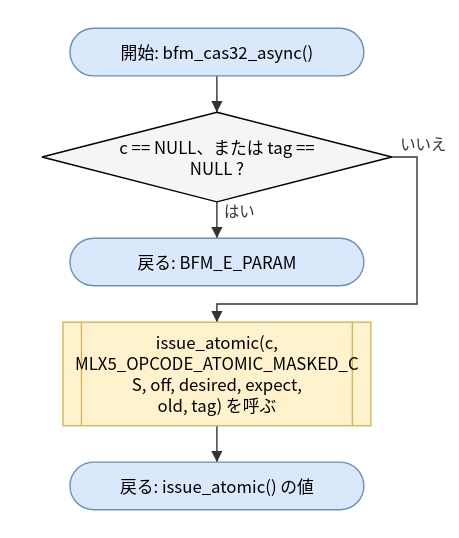
Earlier version of the draw.io export doc/spec/images/flow_src_bfm_async-bfm_cas32_async.drawio.svg (hf355051012-ai/bfmem). Source tidied: cells renumbered, new cells last; positions are measured from the earlier drawing's top-left corner, leaving out a move shared by most shapes. Its diagram source:
```xml
<mxGraphModel>
  <root>
    <mxCell id="0" />
    <mxCell id="1" parent="0" />
    <mxCell id="2" value="開始: bfm_cas32_async()" style="rounded=1;arcSize=50;whiteSpace=wrap;html=1;fillColor=#dae8fc;strokeColor=#6c8ebf;" parent="1" vertex="1">
      <mxGeometry x="20" width="210" height="34" as="geometry" />
    </mxCell>
    <mxCell id="3" value="c == NULL、または tag ==&lt;br&gt;NULL ?" style="rhombus;whiteSpace=wrap;html=1;fillColor=#f5f5f5;" parent="1" vertex="1">
      <mxGeometry y="60" width="250" height="64" as="geometry" />
    </mxCell>
    <mxCell id="4" value="戻る: BFM_E_PARAM" style="rounded=1;arcSize=50;whiteSpace=wrap;html=1;fillColor=#dae8fc;strokeColor=#6c8ebf;" parent="1" vertex="1">
      <mxGeometry x="20" y="150" width="210" height="34" as="geometry" />
    </mxCell>
    <mxCell id="5" value="issue_atomic(c,&lt;br&gt;MLX5_OPCODE_ATOMIC_MASKED_C&lt;br&gt;S, off, desired, expect,&lt;br&gt;old, tag) を呼ぶ" style="shape=process;whiteSpace=wrap;html=1;backgroundOutline=1;size=0.06;fillColor=#fff2cc;strokeColor=#d6b656;" parent="1" vertex="1">
      <mxGeometry x="15" y="210" width="220" height="74" as="geometry" />
    </mxCell>
    <mxCell id="6" value="戻る: issue_atomic() の値" style="rounded=1;arcSize=50;whiteSpace=wrap;html=1;fillColor=#dae8fc;strokeColor=#6c8ebf;" parent="1" vertex="1">
      <mxGeometry x="20" y="310" width="210" height="34" as="geometry" />
    </mxCell>
    <mxCell id="7" style="edgeStyle=none;html=1;rounded=0;endArrow=block;endFill=1;exitX=0.5000;exitY=1.0000;exitDx=0;exitDy=0;exitPerimeter=0;entryX=0.5000;entryY=0.0000;entryDx=0;entryDy=0;entryPerimeter=0;" parent="1" edge="1" source="2" target="3">
      <mxGeometry relative="1" as="geometry" />
    </mxCell>
    <mxCell id="8" value="はい" style="edgeStyle=none;html=1;rounded=0;endArrow=block;endFill=1;exitX=0.5000;exitY=1.0000;exitDx=0;exitDy=0;exitPerimeter=0;entryX=0.5000;entryY=0.0000;entryDx=0;entryDy=0;entryPerimeter=0;" parent="1" edge="1" source="3" target="4">
      <mxGeometry relative="1" as="geometry" />
    </mxCell>
    <mxCell id="9" value="いいえ" style="edgeStyle=none;html=1;rounded=0;endArrow=block;endFill=1;exitX=1.0000;exitY=0.5000;exitDx=0;exitDy=0;exitPerimeter=0;entryX=0.5000;entryY=0.0000;entryDx=0;entryDy=0;entryPerimeter=0;" parent="1" edge="1" source="3" target="5">
      <mxGeometry relative="1" as="geometry">
        <Array as="points">
          <mxPoint x="268" y="92" />
          <mxPoint x="268" y="197" />
          <mxPoint x="125" y="197" />
        </Array>
      </mxGeometry>
    </mxCell>
    <mxCell id="10" style="edgeStyle=none;html=1;rounded=0;endArrow=block;endFill=1;exitX=0.5000;exitY=1.0000;exitDx=0;exitDy=0;exitPerimeter=0;entryX=0.5000;entryY=0.0000;entryDx=0;entryDy=0;entryPerimeter=0;" parent="1" edge="1" source="5" target="6">
      <mxGeometry relative="1" as="geometry" />
    </mxCell>
  </root>
</mxGraphModel>
```
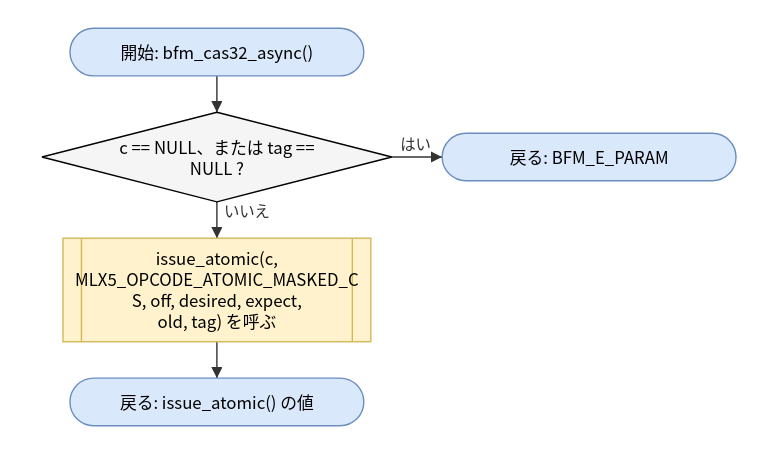
After the commit.

Diff of the diagram source:
```diff
@@ -9,28 +9,22 @@
       <mxGeometry y="60" width="250" height="64" as="geometry" />
     </mxCell>
     <mxCell id="4" value="戻る: BFM_E_PARAM" style="rounded=1;arcSize=50;whiteSpace=wrap;html=1;fillColor=#dae8fc;strokeColor=#6c8ebf;" parent="1" vertex="1">
-      <mxGeometry x="20" y="150" width="210" height="34" as="geometry" />
+      <mxGeometry x="286" y="75" width="210" height="34" as="geometry" />
     </mxCell>
     <mxCell id="5" value="issue_atomic(c,&lt;br&gt;MLX5_OPCODE_ATOMIC_MASKED_C&lt;br&gt;S, off, desired, expect,&lt;br&gt;old, tag) を呼ぶ" style="shape=process;whiteSpace=wrap;html=1;backgroundOutline=1;size=0.06;fillColor=#fff2cc;strokeColor=#d6b656;" parent="1" vertex="1">
-      <mxGeometry x="15" y="210" width="220" height="74" as="geometry" />
+      <mxGeometry x="15" y="150" width="220" height="74" as="geometry" />
     </mxCell>
     <mxCell id="6" value="戻る: issue_atomic() の値" style="rounded=1;arcSize=50;whiteSpace=wrap;html=1;fillColor=#dae8fc;strokeColor=#6c8ebf;" parent="1" vertex="1">
-      <mxGeometry x="20" y="310" width="210" height="34" as="geometry" />
+      <mxGeometry x="20" y="250" width="210" height="34" as="geometry" />
     </mxCell>
     <mxCell id="7" style="edgeStyle=none;html=1;rounded=0;endArrow=block;endFill=1;exitX=0.5000;exitY=1.0000;exitDx=0;exitDy=0;exitPerimeter=0;entryX=0.5000;entryY=0.0000;entryDx=0;entryDy=0;entryPerimeter=0;" parent="1" edge="1" source="2" target="3">
       <mxGeometry relative="1" as="geometry" />
     </mxCell>
-    <mxCell id="8" value="はい" style="edgeStyle=none;html=1;rounded=0;endArrow=block;endFill=1;exitX=0.5000;exitY=1.0000;exitDx=0;exitDy=0;exitPerimeter=0;entryX=0.5000;entryY=0.0000;entryDx=0;entryDy=0;entryPerimeter=0;" parent="1" edge="1" source="3" target="4">
+    <mxCell id="8" value="はい" style="edgeStyle=none;html=1;rounded=0;endArrow=block;endFill=1;exitX=1.0000;exitY=0.5000;exitDx=0;exitDy=0;exitPerimeter=0;entryX=0.0000;entryY=0.5000;entryDx=0;entryDy=0;entryPerimeter=0;" parent="1" edge="1" source="3" target="4">
       <mxGeometry relative="1" as="geometry" />
     </mxCell>
-    <mxCell id="9" value="いいえ" style="edgeStyle=none;html=1;rounded=0;endArrow=block;endFill=1;exitX=1.0000;exitY=0.5000;exitDx=0;exitDy=0;exitPerimeter=0;entryX=0.5000;entryY=0.0000;entryDx=0;entryDy=0;entryPerimeter=0;" parent="1" edge="1" source="3" target="5">
-      <mxGeometry relative="1" as="geometry">
-        <Array as="points">
-          <mxPoint x="268" y="92" />
-          <mxPoint x="268" y="197" />
-          <mxPoint x="125" y="197" />
-        </Array>
-      </mxGeometry>
+    <mxCell id="9" value="いいえ" style="edgeStyle=none;html=1;rounded=0;endArrow=block;endFill=1;exitX=0.5000;exitY=1.0000;exitDx=0;exitDy=0;exitPerimeter=0;entryX=0.5000;entryY=0.0000;entryDx=0;entryDy=0;entryPerimeter=0;" parent="1" edge="1" source="3" target="5">
+      <mxGeometry relative="1" as="geometry" />
     </mxCell>
     <mxCell id="10" style="edgeStyle=none;html=1;rounded=0;endArrow=block;endFill=1;exitX=0.5000;exitY=1.0000;exitDx=0;exitDy=0;exitPerimeter=0;entryX=0.5000;entryY=0.0000;entryDx=0;entryDy=0;entryPerimeter=0;" parent="1" edge="1" source="5" target="6">
       <mxGeometry relative="1" as="geometry" />
```
